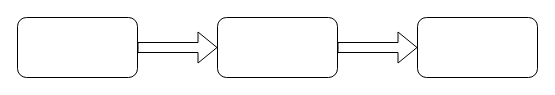
Earlier version of the draw.io diagram 未命名绘图.drawio (liangliguo/org-repo-ref). Source tidied: cells renumbered, new cells numbered last; positions are measured from the earlier drawing's top-left corner, leaving out a move shared by most shapes. Both pictures are drawn from the tidied source at 100%, with x=0, y=0 at pixel (17, 17).
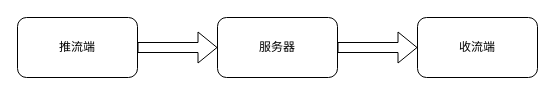
The same diagram, later.

Commit message:
更新未命名绘图.drawio

Diff of the diagram source:
```diff
@@
 <mxGraphModel>
   <root>
     <mxCell id="0" />
     <mxCell id="1" parent="0" />
     <mxCell id="2" style="edgeStyle=orthogonalEdgeStyle;shape=flexArrow;rounded=0;jettySize=auto;html=1;" parent="1" edge="1" source="3" target="5">
       <mxGeometry relative="1" as="geometry" />
     </mxCell>
-    <mxCell id="3" style="rounded=1;whiteSpace=wrap;html=1;" parent="1" vertex="1">
+    <mxCell id="3" value="推流端" style="rounded=1;whiteSpace=wrap;html=1;" parent="1" vertex="1">
       <mxGeometry width="120" height="60" as="geometry" />
     </mxCell>
     <mxCell id="4" style="edgeStyle=orthogonalEdgeStyle;shape=flexArrow;rounded=0;jettySize=auto;html=1;" parent="1" edge="1" source="5" target="6">
       <mxGeometry relative="1" as="geometry" />
     </mxCell>
-    <mxCell id="5" style="whiteSpace=wrap;html=1;rounded=1;" parent="1" vertex="1">
+    <mxCell id="5" value="服务器" style="whiteSpace=wrap;html=1;rounded=1;" parent="1" vertex="1">
       <mxGeometry x="200" width="120" height="60" as="geometry" />
     </mxCell>
-    <mxCell id="6" style="whiteSpace=wrap;html=1;rounded=1;" parent="1" vertex="1">
+    <mxCell id="6" value="收流端" style="whiteSpace=wrap;html=1;rounded=1;" parent="1" vertex="1">
       <mxGeometry x="400" width="120" height="60" as="geometry" />
     </mxCell>
   </root>
 </mxGraphModel>
```
